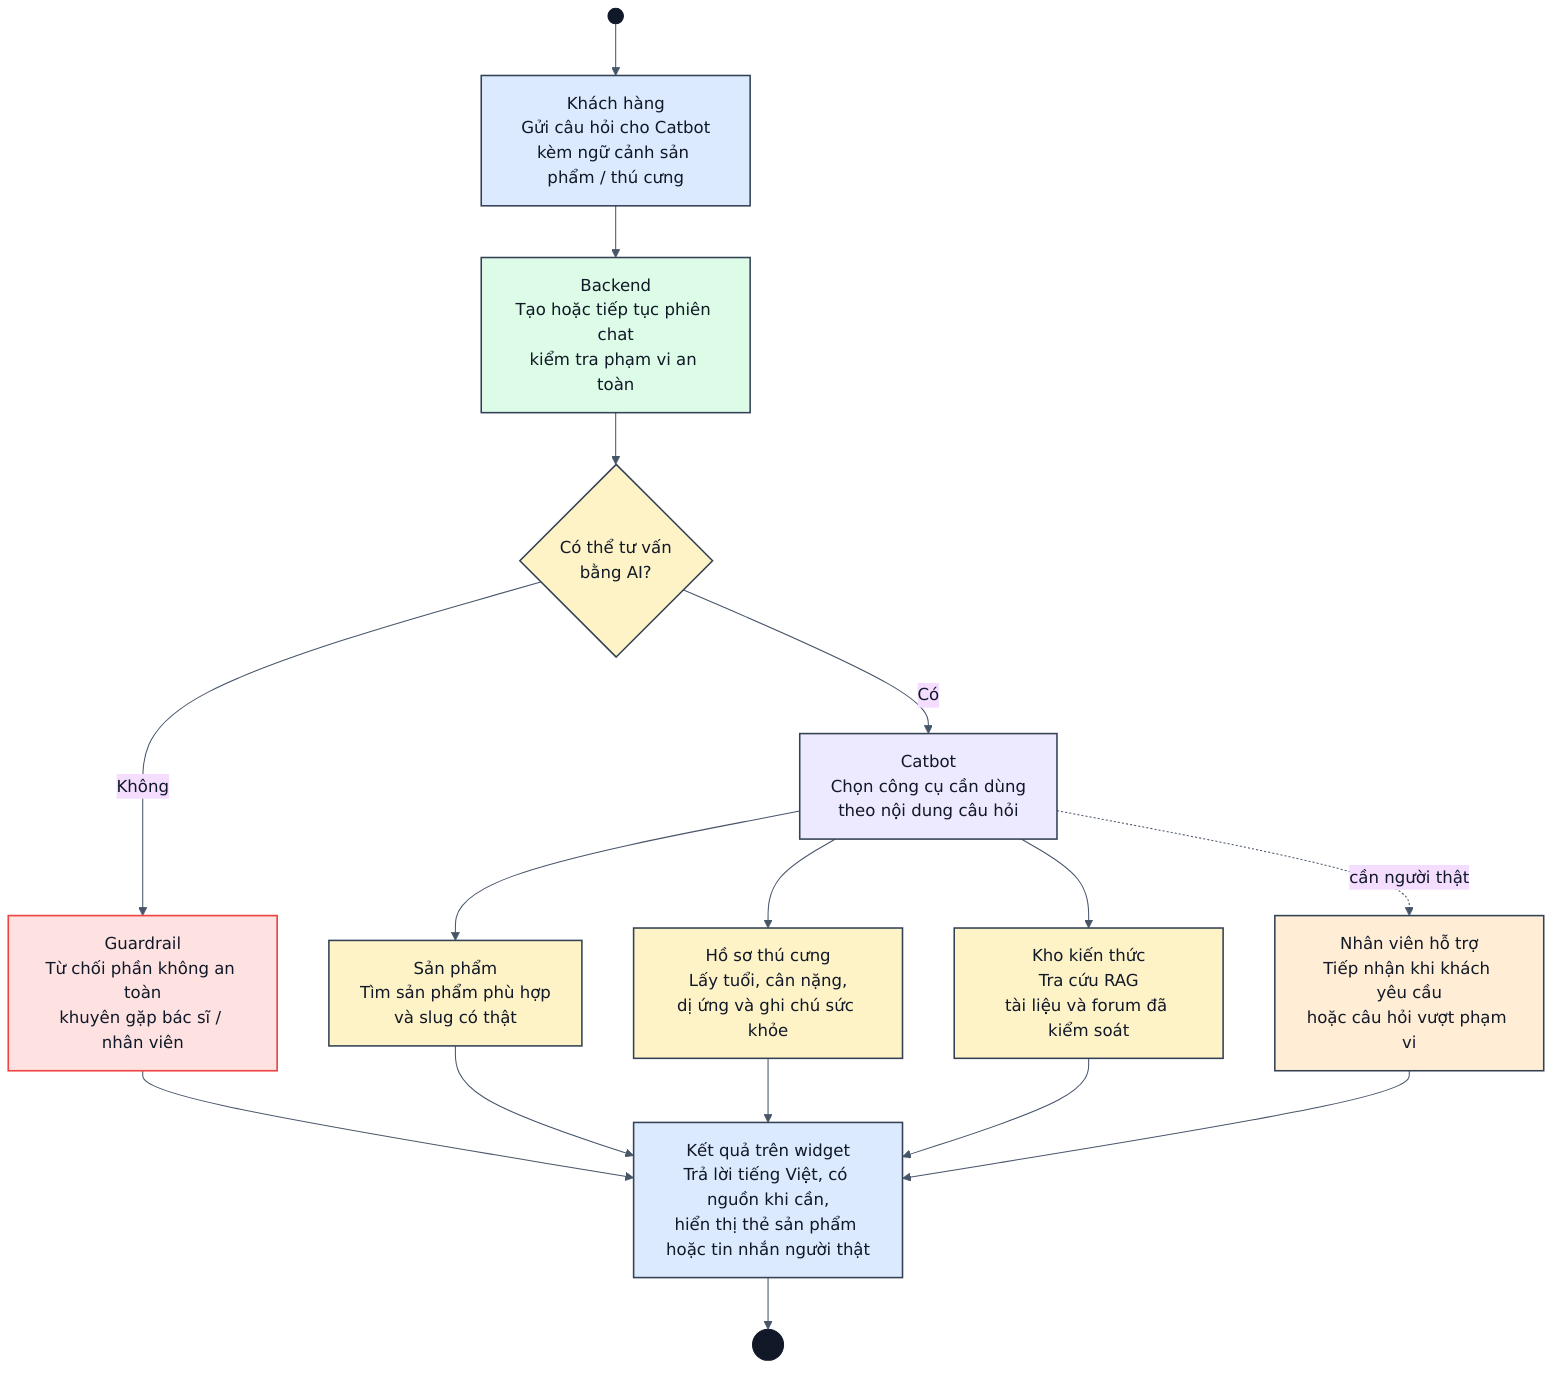
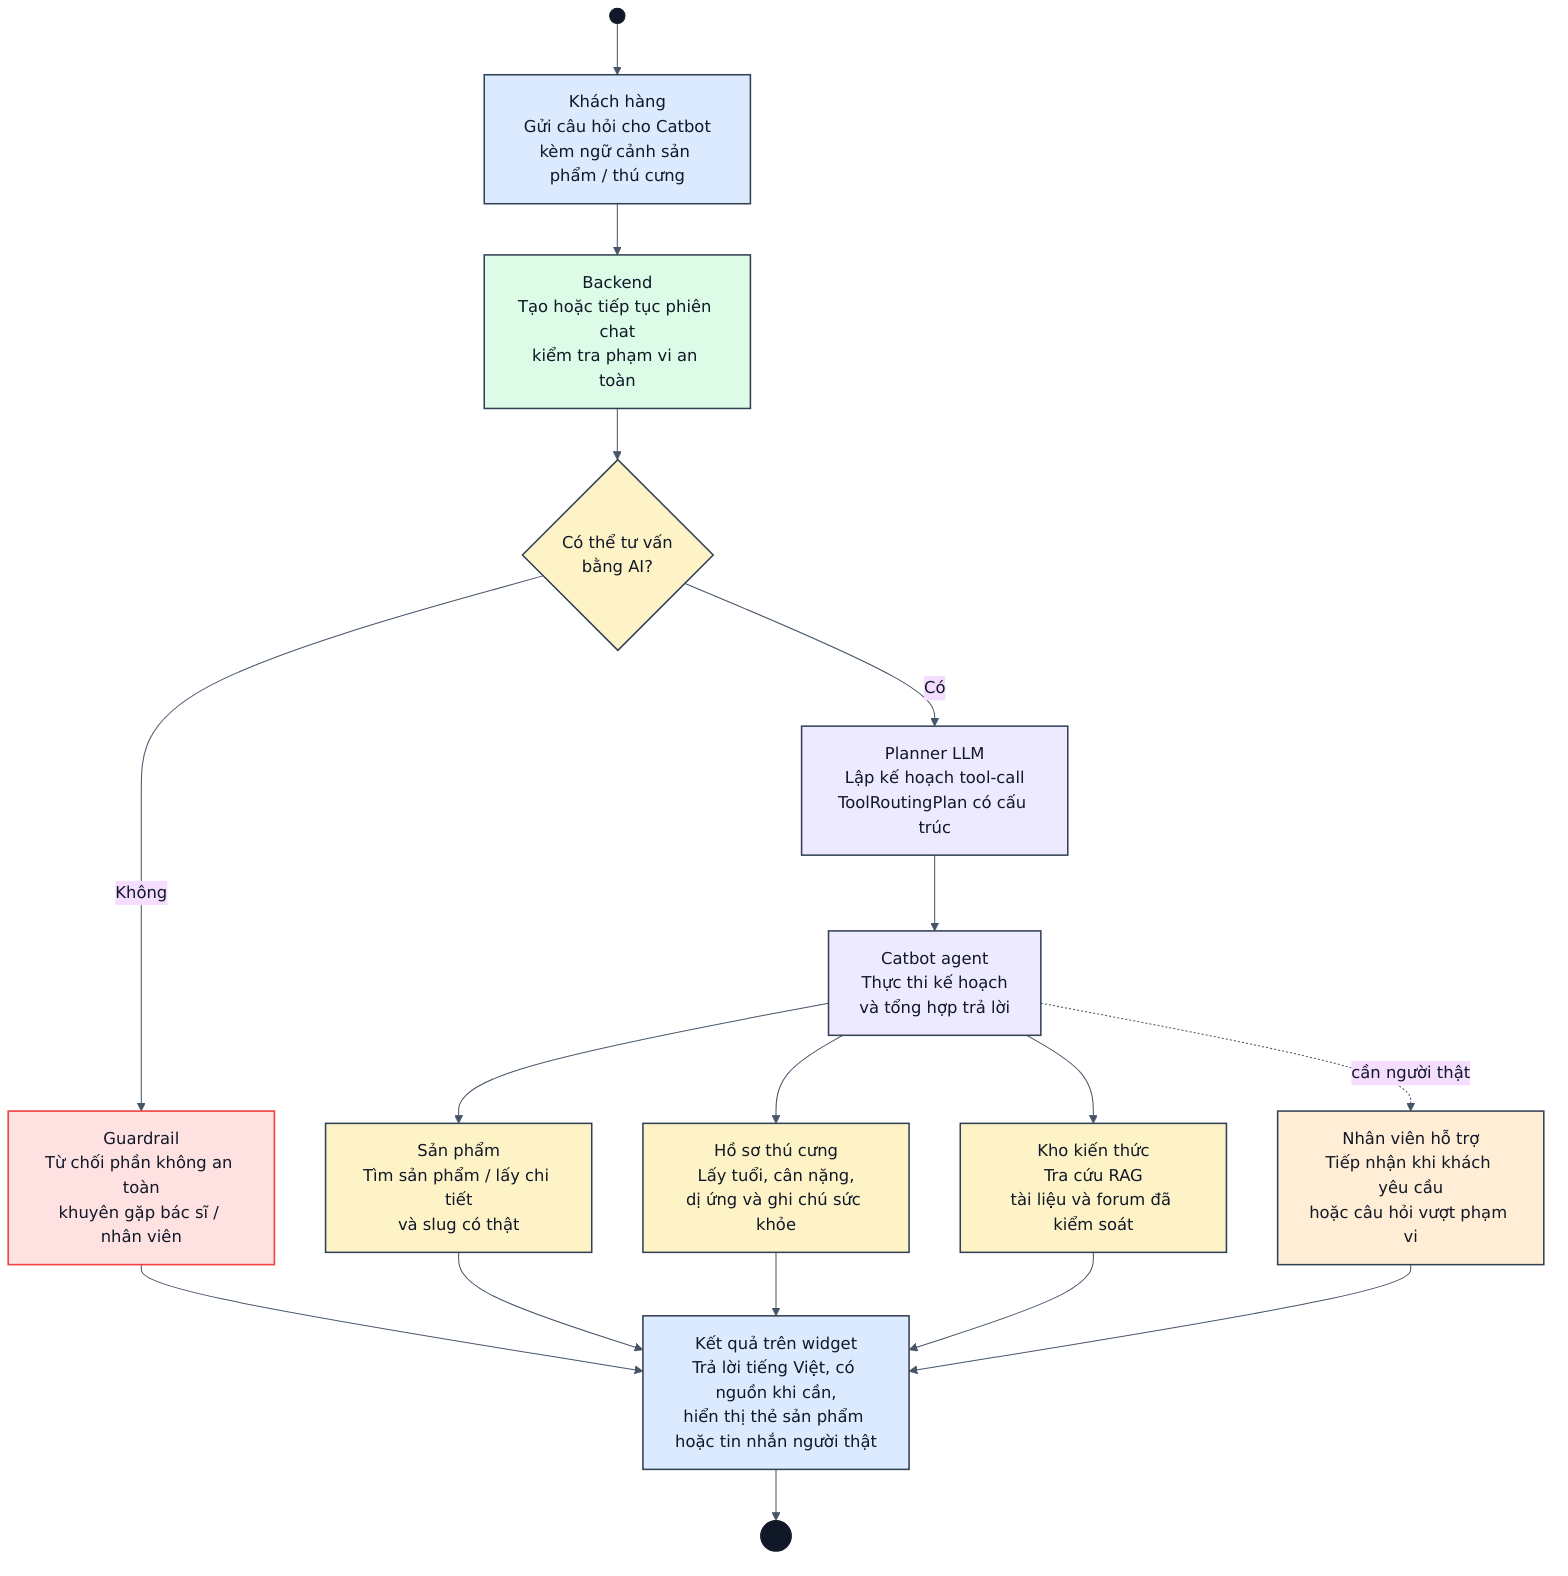
%%{init: {"theme": "base", "themeVariables": {"fontFamily": "DejaVu Sans, Arial", "primaryTextColor": "#111827", "lineColor": "#475569"}}}%%
flowchart TD
    start(( ))
    customer["Khách hàng<br/>Gửi câu hỏi cho Catbot<br/>kèm ngữ cảnh sản phẩm / thú cưng"]
    backend["Backend<br/>Tạo hoặc tiếp tục phiên chat<br/>kiểm tra phạm vi an toàn"]
    canAdvise{"Có thể tư vấn<br/>bằng AI?"}
    guard["Guardrail<br/>Từ chối phần không an toàn<br/>khuyên gặp bác sĩ / nhân viên"]
-     catbot["Catbot<br/>Chọn công cụ cần dùng<br/>theo nội dung câu hỏi"]
-     products["Sản phẩm<br/>Tìm sản phẩm phù hợp<br/>và slug có thật"]
+     planner["Planner LLM<br/>Lập kế hoạch tool-call<br/>ToolRoutingPlan có cấu trúc"]
+     agent["Catbot agent<br/>Thực thi kế hoạch<br/>và tổng hợp trả lời"]
+     products["Sản phẩm<br/>Tìm sản phẩm / lấy chi tiết<br/>và slug có thật"]
    pets["Hồ sơ thú cưng<br/>Lấy tuổi, cân nặng,<br/>dị ứng và ghi chú sức khỏe"]
    knowledge["Kho kiến thức<br/>Tra cứu RAG<br/>tài liệu và forum đã kiểm soát"]
    support["Nhân viên hỗ trợ<br/>Tiếp nhận khi khách yêu cầu<br/>hoặc câu hỏi vượt phạm vi"]
    result["Kết quả trên widget<br/>Trả lời tiếng Việt, có nguồn khi cần,<br/>hiển thị thẻ sản phẩm hoặc tin nhắn người thật"]
    stop((( )))

    start --> customer --> backend --> canAdvise
    canAdvise -- "Không" --> guard --> result
-     canAdvise -- "Có" --> catbot
-     catbot --> products --> result
-     catbot --> pets --> result
-     catbot --> knowledge --> result
-     catbot -. "cần người thật" .-> support --> result
+     canAdvise -- "Có" --> planner --> agent
+     agent --> products --> result
+     agent --> pets --> result
+     agent --> knowledge --> result
+     agent -. "cần người thật" .-> support --> result
    result --> stop

    classDef actor fill:#dbeafe,stroke:#334155,stroke-width:1.5px,color:#111827;
    classDef backend fill:#dcfce7,stroke:#334155,stroke-width:1.5px,color:#111827;
    classDef ai fill:#ede9fe,stroke:#334155,stroke-width:1.5px,color:#111827;
    classDef knowledge fill:#fef3c7,stroke:#334155,stroke-width:1.5px,color:#111827;
    classDef support fill:#ffedd5,stroke:#334155,stroke-width:1.5px,color:#111827;
    classDef guard fill:#fee2e2,stroke:#ef4444,stroke-width:1.6px,color:#111827;
    classDef terminal fill:#111827,stroke:#111827,color:#111827;

    class customer,result actor;
    class backend backend;
-     class catbot ai;
+     class planner,agent ai;
    class products,pets,knowledge,canAdvise knowledge;
    class support support;
    class guard guard;
    class start,stop terminal;
